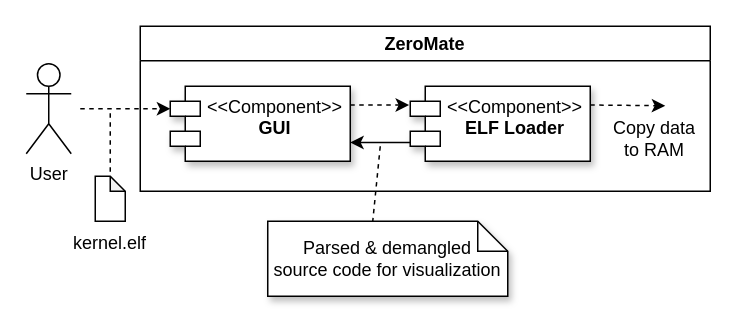
Earlier version of the draw.io diagram docs/diagrams/elf_loader/elf_diagram_2.drawio (silhavyj/ZeroMate). Source tidied: cells renumbered, new cells numbered last; positions are measured from the earlier drawing's top-left corner, leaving out a move shared by most shapes. Both pictures are drawn from the tidied source at 150%, with x=0, y=0 at pixel (26, 26).
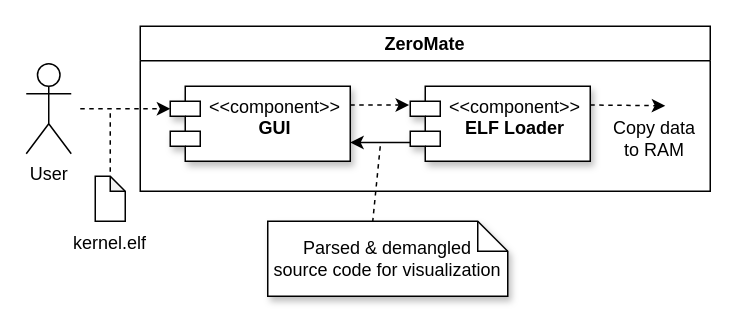
The same page after the edit.

What changed in the source:
```diff
@@
 <mxGraphModel>
   <root>
     <mxCell id="0" />
     <mxCell id="1" parent="0" />
     <mxCell id="2" value="ZeroMate" style="swimlane;whiteSpace=wrap;html=1;fontFamily=Computer Modern;" parent="1" vertex="1">
       <mxGeometry x="76" width="380" height="110" as="geometry" />
     </mxCell>
     <mxCell id="3" style="edgeStyle=orthogonalEdgeStyle;rounded=0;jettySize=auto;html=1;exitX=1;exitY=0.25;exitDx=0;exitDy=0;entryX=-0.007;entryY=0.248;entryDx=0;entryDy=0;entryPerimeter=0;dashed=1;" parent="2" edge="1" source="4" target="5">
       <mxGeometry relative="1" as="geometry" />
     </mxCell>
-    <mxCell id="4" value="&amp;lt;&amp;lt;Component&amp;gt;&amp;gt;&lt;br&gt;&lt;b&gt;GUI&lt;/b&gt;" style="shape=module;align=left;spacingLeft=20;align=center;verticalAlign=top;whiteSpace=wrap;html=1;shadow=1;fontFamily=Computer Modern;" parent="2" vertex="1">
+    <mxCell id="4" value="&amp;lt;&amp;lt;component&amp;gt;&amp;gt;&lt;br&gt;&lt;b&gt;GUI&lt;/b&gt;" style="shape=module;align=left;spacingLeft=20;align=center;verticalAlign=top;whiteSpace=wrap;html=1;shadow=1;fontFamily=Computer Modern;" parent="2" vertex="1">
       <mxGeometry x="20" y="40" width="120" height="50" as="geometry" />
     </mxCell>
-    <mxCell id="5" value="&amp;lt;&amp;lt;Component&amp;gt;&amp;gt;&lt;br&gt;&lt;b&gt;ELF Loader&lt;/b&gt;" style="shape=module;align=left;spacingLeft=20;align=center;verticalAlign=top;whiteSpace=wrap;html=1;shadow=1;fontFamily=Computer Modern;" parent="2" vertex="1">
+    <mxCell id="5" value="&amp;lt;&amp;lt;component&amp;gt;&amp;gt;&lt;br&gt;&lt;b&gt;ELF Loader&lt;/b&gt;" style="shape=module;align=left;spacingLeft=20;align=center;verticalAlign=top;whiteSpace=wrap;html=1;shadow=1;fontFamily=Computer Modern;" parent="2" vertex="1">
       <mxGeometry x="180" y="40" width="120" height="50" as="geometry" />
     </mxCell>
     <mxCell id="6" style="edgeStyle=orthogonalEdgeStyle;rounded=0;jettySize=auto;html=1;exitX=0;exitY=0.75;exitDx=0;exitDy=0;entryX=1;entryY=0.75;entryDx=0;entryDy=0;exitPerimeter=0;" parent="2" edge="1" source="5" target="4">
       <mxGeometry relative="1" as="geometry" />
     </mxCell>
     <mxCell id="7" style="endArrow=classic;html=1;rounded=0;exitX=1;exitY=0.25;exitDx=0;exitDy=0;dashed=1;" parent="2" edge="1" source="5">
       <mxGeometry relative="1" as="geometry">
         <mxPoint x="350" y="53" as="targetPoint" />
       </mxGeometry>
     </mxCell>
     <mxCell id="8" value="Copy data to RAM" style="text;html=1;strokeColor=none;fillColor=none;align=center;verticalAlign=middle;whiteSpace=wrap;rounded=0;fontFamily=Computer Modern;" parent="2" vertex="1">
       <mxGeometry x="313" y="60" width="60" height="30" as="geometry" />
     </mxCell>
     <mxCell id="9" value="User" style="shape=umlActor;verticalLabelPosition=bottom;verticalAlign=top;html=1;fontFamily=Computer Modern;" parent="1" vertex="1">
       <mxGeometry y="25" width="30" height="60" as="geometry" />
     </mxCell>
     <mxCell id="10" value="Parsed &amp;amp; demangled &lt;br&gt;source code for visualization" style="shape=note;size=20;whiteSpace=wrap;html=1;shadow=1;fontFamily=Computer Modern;" parent="1" vertex="1">
       <mxGeometry x="161" y="130" width="160" height="50" as="geometry" />
     </mxCell>
     <mxCell id="11" style="endArrow=classic;html=1;rounded=0;entryX=0;entryY=0;entryDx=0;entryDy=15;entryPerimeter=0;dashed=1;" parent="1" edge="1" target="4">
       <mxGeometry relative="1" as="geometry">
         <mxPoint x="36" y="55" as="sourcePoint" />
       </mxGeometry>
     </mxCell>
     <mxCell id="12" style="endArrow=none;dashed=1;html=1;rounded=0;entryX=0;entryY=0;entryDx=70;entryDy=0;entryPerimeter=0;" parent="1" edge="1" target="10">
       <mxGeometry relative="1" as="geometry">
         <mxPoint x="236" y="80" as="sourcePoint" />
       </mxGeometry>
     </mxCell>
     <mxCell id="13" style="shape=note;whiteSpace=wrap;html=1;backgroundOutline=1;darkOpacity=0.05;size=10;" parent="1" vertex="1">
       <mxGeometry x="46" y="100" width="20" height="30" as="geometry" />
     </mxCell>
     <mxCell id="14" value="kernel.elf" style="text;html=1;strokeColor=none;fillColor=none;align=center;verticalAlign=middle;whiteSpace=wrap;rounded=0;fontFamily=Computer Modern;" parent="1" vertex="1">
       <mxGeometry x="26" y="130" width="60" height="30" as="geometry" />
     </mxCell>
     <mxCell id="15" style="endArrow=none;dashed=1;html=1;rounded=0;exitX=0;exitY=0;exitDx=10;exitDy=0;exitPerimeter=0;" parent="1" edge="1">
       <mxGeometry relative="1" as="geometry">
         <mxPoint x="56" y="97" as="sourcePoint" />
         <mxPoint x="56" y="57" as="targetPoint" />
       </mxGeometry>
     </mxCell>
   </root>
 </mxGraphModel>
```
